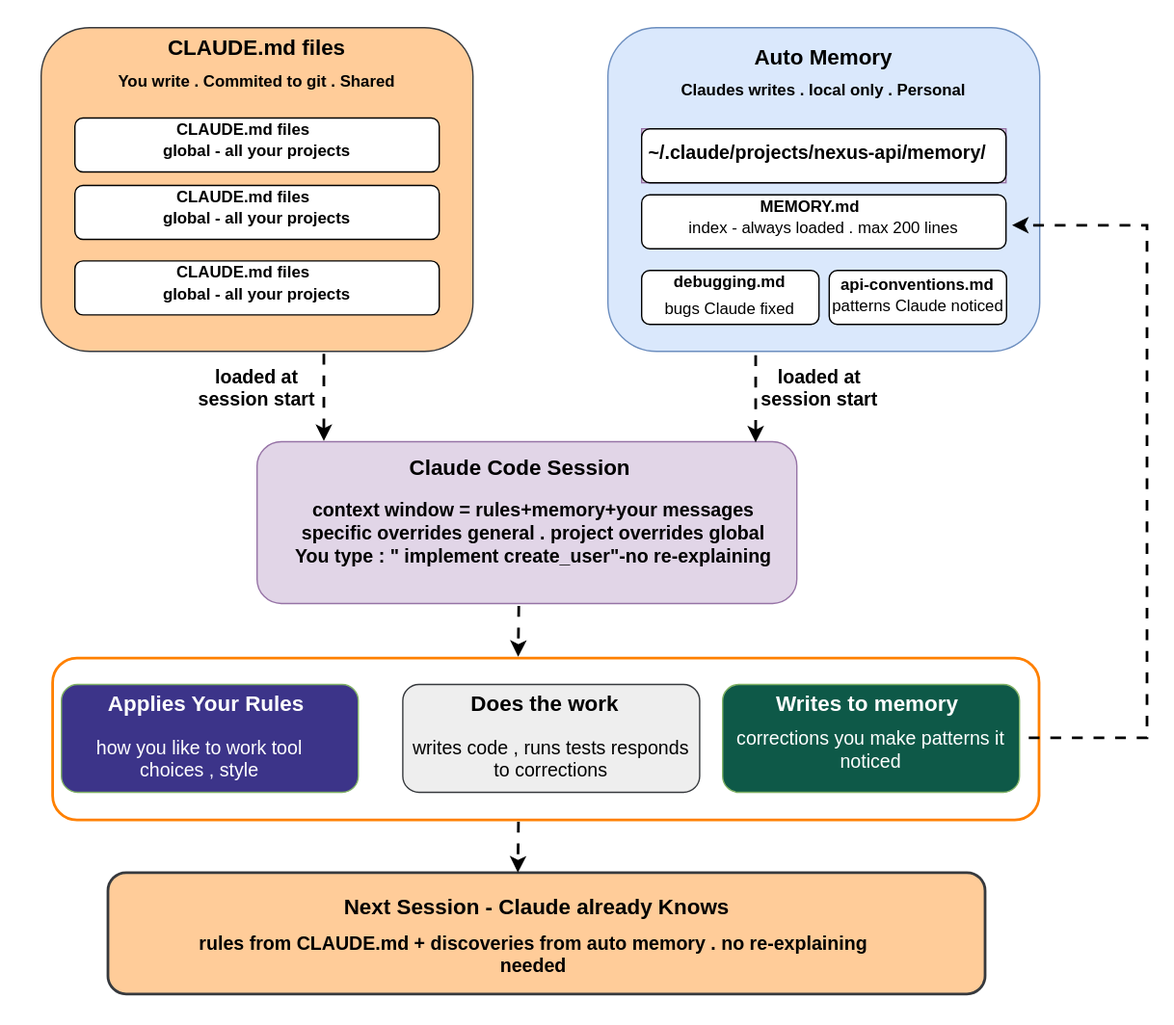
Before: Claude Code/claude code fundamental/lab07/architecture.svg, a diagram exported from draw.io (poridhiEng/lab-asset). Source tidied: cells renumbered, new cells last; positions are measured from the earlier drawing's top-left corner, leaving out a move shared by most shapes.
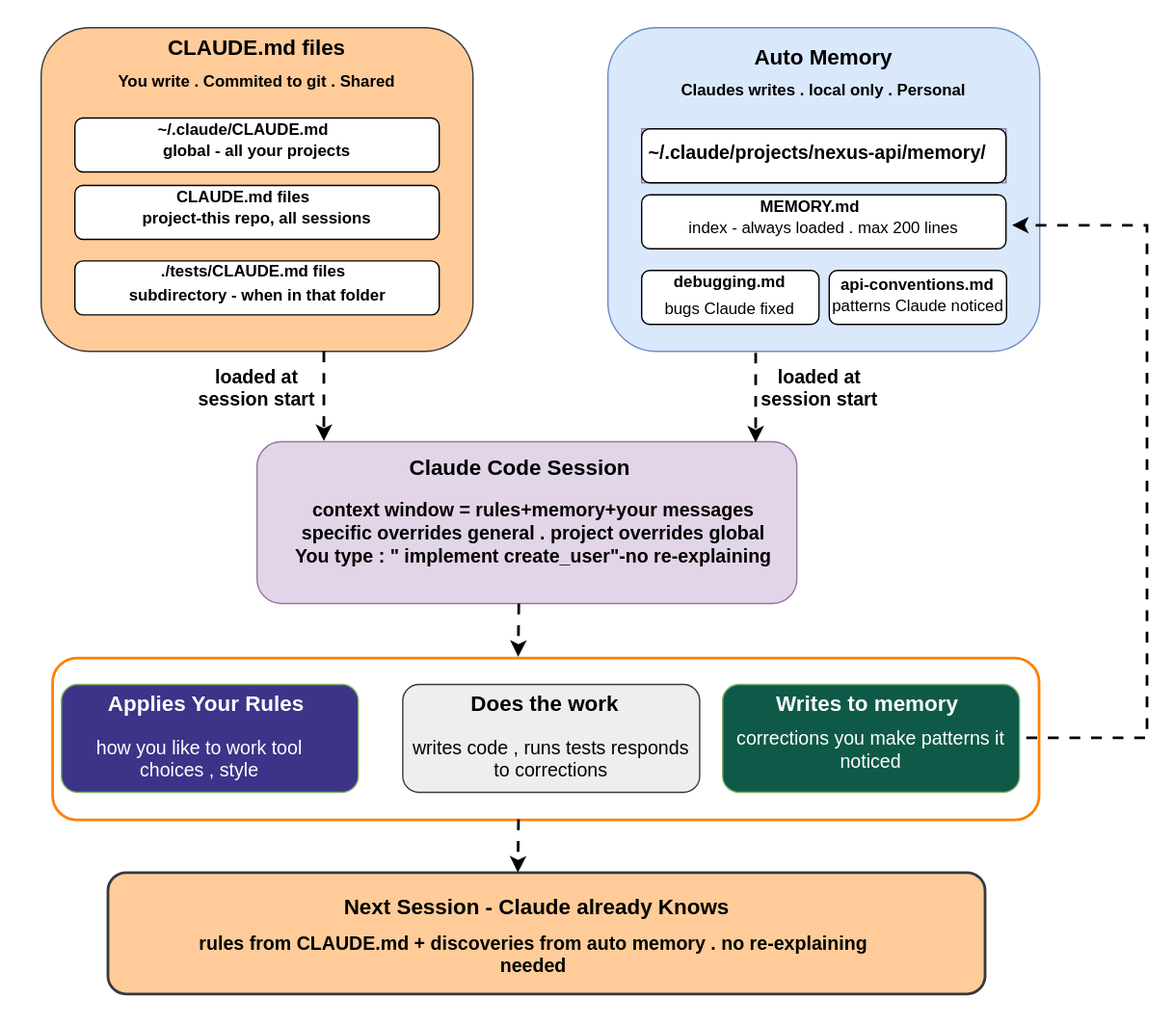
Above is the later version.

What changed in the source:
```diff
@@ -20,7 +20,7 @@
     <mxCell id="7" style="rounded=1;whiteSpace=wrap;html=1;" parent="6" vertex="1">
       <mxGeometry width="270" height="40" as="geometry" />
     </mxCell>
-    <mxCell id="8" value="&lt;b&gt;&lt;font&gt;CLAUDE.md files&lt;/font&gt;&lt;/b&gt;" style="text;html=1;whiteSpace=wrap;strokeColor=none;fillColor=none;align=center;verticalAlign=middle;rounded=0;" parent="6" vertex="1">
+    <mxCell id="8" value="&lt;b&gt;&lt;font&gt;~/.claude/CLAUDE.md&lt;/font&gt;&lt;/b&gt;" style="text;html=1;whiteSpace=wrap;strokeColor=none;fillColor=none;align=center;verticalAlign=middle;rounded=0;" parent="6" vertex="1">
       <mxGeometry x="65" width="120" height="17" as="geometry" />
     </mxCell>
     <mxCell id="9" value="&lt;b&gt;global - all your projects&lt;/b&gt;" style="text;html=1;whiteSpace=wrap;strokeColor=none;fillColor=none;align=center;verticalAlign=middle;rounded=0;" parent="6" vertex="1">
@@ -35,7 +35,7 @@
     <mxCell id="12" value="&lt;b&gt;&lt;font&gt;CLAUDE.md files&lt;/font&gt;&lt;/b&gt;" style="text;html=1;whiteSpace=wrap;strokeColor=none;fillColor=none;align=center;verticalAlign=middle;rounded=0;" parent="10" vertex="1">
       <mxGeometry x="65" width="120" height="17" as="geometry" />
     </mxCell>
-    <mxCell id="13" value="&lt;b&gt;global - all your projects&lt;/b&gt;" style="text;html=1;whiteSpace=wrap;strokeColor=none;fillColor=none;align=center;verticalAlign=middle;rounded=0;" parent="10" vertex="1">
+    <mxCell id="13" value="&lt;b&gt;project-this repo, all sessions&lt;/b&gt;" style="text;html=1;whiteSpace=wrap;strokeColor=none;fillColor=none;align=center;verticalAlign=middle;rounded=0;" parent="10" vertex="1">
       <mxGeometry x="25" y="10" width="220" height="30" as="geometry" />
     </mxCell>
     <mxCell id="14" style="group;" parent="1" vertex="1">
@@ -44,11 +44,11 @@
     <mxCell id="15" style="rounded=1;whiteSpace=wrap;html=1;" parent="14" vertex="1">
       <mxGeometry width="270" height="40" as="geometry" />
     </mxCell>
-    <mxCell id="16" value="&lt;b&gt;&lt;font&gt;CLAUDE.md files&lt;/font&gt;&lt;/b&gt;" style="text;html=1;whiteSpace=wrap;strokeColor=none;fillColor=none;align=center;verticalAlign=middle;rounded=0;" parent="14" vertex="1">
-      <mxGeometry x="65" width="120" height="17" as="geometry" />
+    <mxCell id="16" value="&lt;b&gt;&lt;font&gt;./tests/CLAUDE.md files&lt;/font&gt;&lt;/b&gt;" style="text;html=1;whiteSpace=wrap;strokeColor=none;fillColor=none;align=center;verticalAlign=middle;rounded=0;" parent="14" vertex="1">
+      <mxGeometry x="60" y="-1" width="145" height="17" as="geometry" />
     </mxCell>
-    <mxCell id="17" value="&lt;b&gt;global - all your projects&lt;/b&gt;" style="text;html=1;whiteSpace=wrap;strokeColor=none;fillColor=none;align=center;verticalAlign=middle;rounded=0;" parent="14" vertex="1">
-      <mxGeometry x="25" y="10" width="220" height="30" as="geometry" />
+    <mxCell id="17" value="&lt;b&gt;subdirectory - when in that folder&lt;/b&gt;" style="text;html=1;whiteSpace=wrap;strokeColor=none;fillColor=none;align=center;verticalAlign=middle;rounded=0;" parent="14" vertex="1">
+      <mxGeometry x="37.5" y="16" width="195" height="20" as="geometry" />
     </mxCell>
     <mxCell id="18" style="rounded=1;whiteSpace=wrap;html=1;fillColor=#dae8fc;strokeColor=#6c8ebf;" parent="1" vertex="1">
       <mxGeometry x="450" y="20" width="320" height="240" as="geometry" />
```
